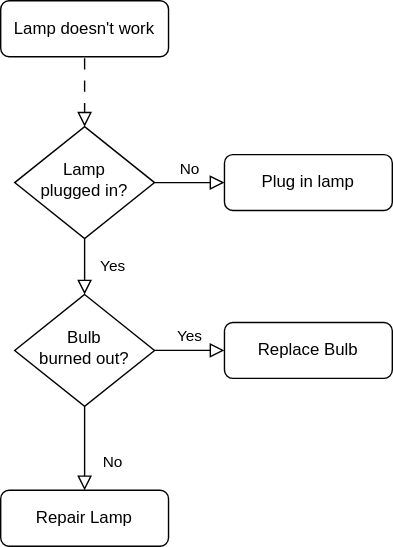
JuhaW/Vray_Tools keeps this draw.io diagram as svg/animated.drawio.svg. Above is the earlier version. Source tidied: cells renumbered, new cells last; positions are measured from the earlier drawing's top-left corner, leaving out a move shared by most shapes.
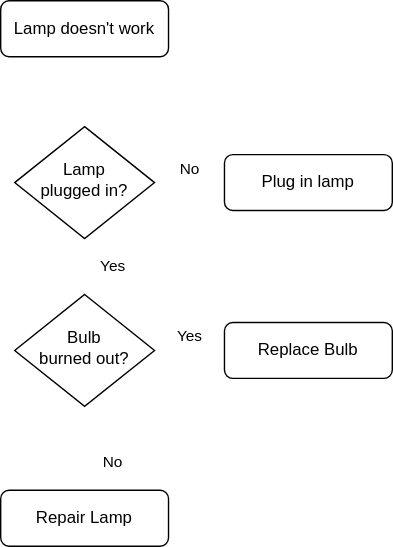
The same diagram one commit later.

Commit message:
Testing readme animation

What changed in the source:
```diff
@@ -2,16 +2,16 @@
   <root>
     <mxCell id="0" />
     <mxCell id="1" parent="0" />
-    <mxCell id="2" style="rounded=0;html=1;jettySize=auto;fontSize=11;endArrow=block;endFill=0;endSize=8;strokeWidth=1;shadow=0;labelBackgroundColor=none;edgeStyle=orthogonalEdgeStyle;flowAnimation=1;" parent="1" edge="1" source="3" target="6">
+    <mxCell id="2" style="rounded=0;html=1;jettySize=auto;fontSize=11;endArrow=block;endFill=0;endSize=8;strokeWidth=1;shadow=0;labelBackgroundColor=none;edgeStyle=orthogonalEdgeStyle;flowAnimation=1;strokeColor=#FFFFFF;" parent="1" edge="1" source="3" target="6">
       <mxGeometry relative="1" as="geometry" />
     </mxCell>
     <mxCell id="3" value="Lamp doesn't work" style="rounded=1;whiteSpace=wrap;html=1;fontSize=12;glass=0;strokeWidth=1;shadow=0;" parent="1" vertex="1">
       <mxGeometry width="120" height="40" as="geometry" />
     </mxCell>
-    <mxCell id="4" value="Yes" style="rounded=0;html=1;jettySize=auto;fontSize=11;endArrow=block;endFill=0;endSize=8;strokeWidth=1;shadow=0;labelBackgroundColor=none;edgeStyle=orthogonalEdgeStyle;" parent="1" edge="1" source="6" target="10">
+    <mxCell id="4" value="Yes" style="rounded=0;html=1;jettySize=auto;fontSize=11;endArrow=block;endFill=0;endSize=8;strokeWidth=1;shadow=0;labelBackgroundColor=none;edgeStyle=orthogonalEdgeStyle;strokeColor=#FFFFFF;" parent="1" edge="1" source="6" target="10">
       <mxGeometry y="20" relative="1" as="geometry" />
     </mxCell>
-    <mxCell id="5" value="No" style="edgeStyle=orthogonalEdgeStyle;rounded=0;html=1;jettySize=auto;fontSize=11;endArrow=block;endFill=0;endSize=8;strokeWidth=1;shadow=0;labelBackgroundColor=none;" parent="1" edge="1" source="6" target="7">
+    <mxCell id="5" value="No" style="edgeStyle=orthogonalEdgeStyle;rounded=0;html=1;jettySize=auto;fontSize=11;endArrow=block;endFill=0;endSize=8;strokeWidth=1;shadow=0;labelBackgroundColor=none;strokeColor=#FFFFFF;" parent="1" edge="1" source="6" target="7">
       <mxGeometry y="10" relative="1" as="geometry" />
     </mxCell>
     <mxCell id="6" value="Lamp&lt;br&gt;plugged in?" style="rhombus;whiteSpace=wrap;html=1;shadow=0;fontFamily=Helvetica;fontSize=12;align=center;strokeWidth=1;spacing=6;spacingTop=-4;" parent="1" vertex="1">
@@ -20,10 +20,10 @@
     <mxCell id="7" value="Plug in lamp" style="rounded=1;whiteSpace=wrap;html=1;fontSize=12;glass=0;strokeWidth=1;shadow=0;" parent="1" vertex="1">
       <mxGeometry x="160" y="110" width="120" height="40" as="geometry" />
     </mxCell>
-    <mxCell id="8" value="No" style="rounded=0;html=1;jettySize=auto;fontSize=11;endArrow=block;endFill=0;endSize=8;strokeWidth=1;shadow=0;labelBackgroundColor=none;edgeStyle=orthogonalEdgeStyle;" parent="1" edge="1" source="10" target="11">
+    <mxCell id="8" value="No" style="rounded=0;html=1;jettySize=auto;fontSize=11;endArrow=block;endFill=0;endSize=8;strokeWidth=1;shadow=0;labelBackgroundColor=none;edgeStyle=orthogonalEdgeStyle;strokeColor=#FFFFFF;" parent="1" edge="1" source="10" target="11">
       <mxGeometry x="0.33" y="20" relative="1" as="geometry" />
     </mxCell>
-    <mxCell id="9" value="Yes" style="edgeStyle=orthogonalEdgeStyle;rounded=0;html=1;jettySize=auto;fontSize=11;endArrow=block;endFill=0;endSize=8;strokeWidth=1;shadow=0;labelBackgroundColor=none;" parent="1" edge="1" source="10" target="12">
+    <mxCell id="9" value="Yes" style="edgeStyle=orthogonalEdgeStyle;rounded=0;html=1;jettySize=auto;fontSize=11;endArrow=block;endFill=0;endSize=8;strokeWidth=1;shadow=0;labelBackgroundColor=none;flowAnimation=1;strokeColor=#FFFFFF;" parent="1" edge="1" source="10" target="12">
       <mxGeometry y="10" relative="1" as="geometry" />
     </mxCell>
     <mxCell id="10" value="Bulb&lt;br&gt;burned out?" style="rhombus;whiteSpace=wrap;html=1;shadow=0;fontFamily=Helvetica;fontSize=12;align=center;strokeWidth=1;spacing=6;spacingTop=-4;" parent="1" vertex="1">
```
